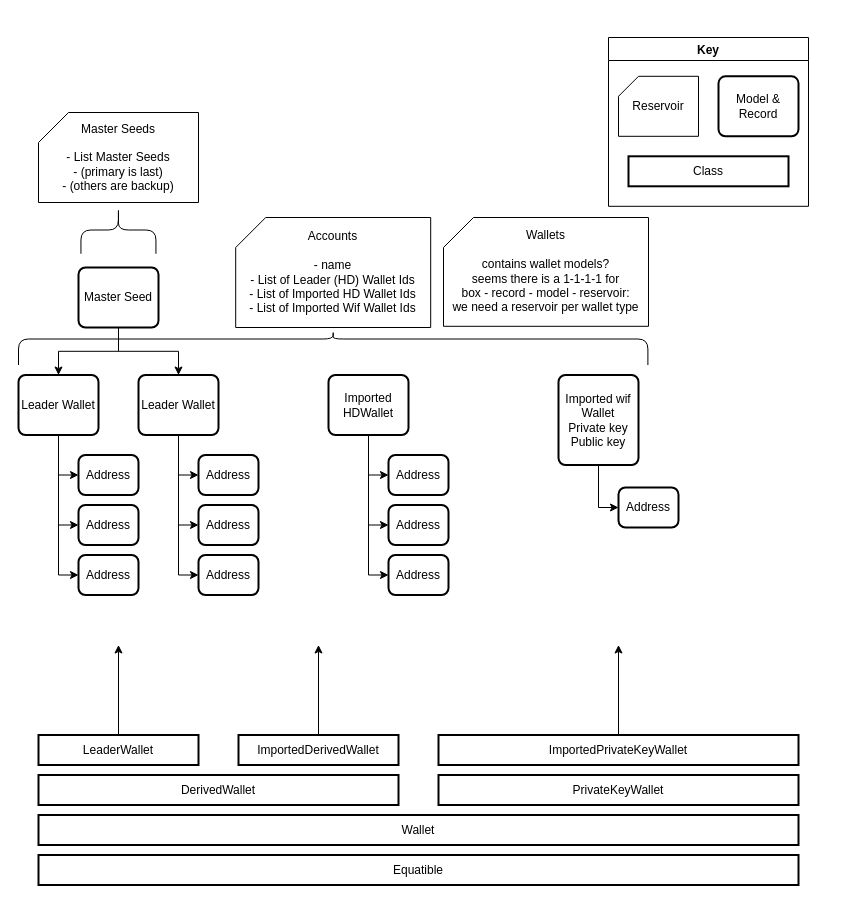
moontreeapp/moontree keeps this draw.io diagram as raven_back/docs/diagrams/wallet-relationships.drawio. Above is the earlier version. Source tidied: cells renumbered, new cells numbered last; positions are measured from the earlier drawing's top-left corner, leaving out a move shared by most shapes. Both pictures are drawn from the tidied source at 100%, with x=0, y=0 at pixel (18, 33).
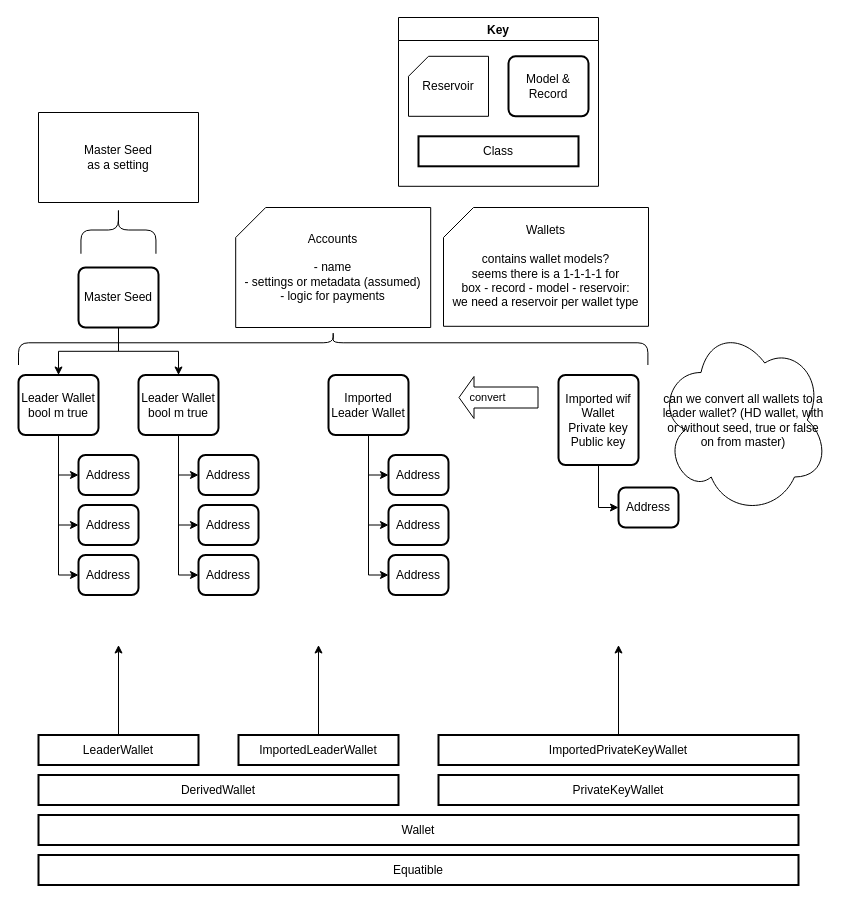
After the change.

Change to the diagram source:
```diff
@@
-    <mxCell id="2" style="shape=curlyBracket;whiteSpace=wrap;html=1;rounded=1;flipH=1;rotation=-90;size=0.23076923076923078;" parent="1" vertex="1">
+    <mxCell id="2" style="shape=curlyBracket;whiteSpace=wrap;html=1;rounded=1;flipH=1;rotation=-90;size=0.3428148148148129;" parent="1" vertex="1">
       <mxGeometry x="297.8" y="-0.1" width="33.8" height="629.4" as="geometry" />
     </mxCell>
@@
-    <mxCell id="9" value="Leader Wallet" style="rounded=1;whiteSpace=wrap;html=1;absoluteArcSize=1;arcSize=14;strokeWidth=2;" parent="1" vertex="1">
+    <mxCell id="9" value="Leader Wallet&lt;br&gt;bool m true" style="rounded=1;whiteSpace=wrap;html=1;absoluteArcSize=1;arcSize=14;strokeWidth=2;" parent="1" vertex="1">
       <mxGeometry x="120" y="341.5" width="80" height="60" as="geometry" />
     </mxCell>
@@
-    <mxCell id="13" value="Leader Wallet" style="rounded=1;whiteSpace=wrap;html=1;absoluteArcSize=1;arcSize=14;strokeWidth=2;" parent="1" vertex="1">
+    <mxCell id="13" value="Leader Wallet&lt;br&gt;bool m true" style="rounded=1;whiteSpace=wrap;html=1;absoluteArcSize=1;arcSize=14;strokeWidth=2;" parent="1" vertex="1">
       <mxGeometry y="341.5" width="80" height="60" as="geometry" />
     </mxCell>
@@
-    <mxCell id="25" value="Imported HDWallet" style="rounded=1;whiteSpace=wrap;html=1;absoluteArcSize=1;arcSize=14;strokeWidth=2;" parent="1" vertex="1">
+    <mxCell id="25" value="Imported Leader Wallet" style="rounded=1;whiteSpace=wrap;html=1;absoluteArcSize=1;arcSize=14;strokeWidth=2;" parent="1" vertex="1">
       <mxGeometry x="310" y="341.5" width="80" height="60" as="geometry" />
     </mxCell>
@@
-    <mxCell id="29" value="Accounts&lt;br&gt;&lt;br&gt;- name&lt;br&gt;- List of Leader (HD) Wallet Ids&lt;br&gt;- List of Imported HD Wallet Ids&lt;br&gt;- List of Imported Wif Wallet Ids" style="shape=card;whiteSpace=wrap;html=1;" parent="1" vertex="1">
-      <mxGeometry x="217.2" y="184" width="195" height="110" as="geometry" />
+    <mxCell id="29" value="Accounts&lt;br&gt;&lt;br&gt;- name&lt;br&gt;- settings or metadata (assumed)&lt;br&gt;- logic for payments" style="shape=card;whiteSpace=wrap;html=1;" parent="1" vertex="1">
+      <mxGeometry x="217.2" y="174" width="195" height="120" as="geometry" />
     </mxCell>
@@
-    <mxCell id="36" value="ImportedDerivedWallet" style="rounded=0;whiteSpace=wrap;html=1;absoluteArcSize=1;arcSize=14;strokeWidth=2;" parent="1" vertex="1">
+    <mxCell id="36" value="ImportedLeaderWallet" style="rounded=0;whiteSpace=wrap;html=1;absoluteArcSize=1;arcSize=14;strokeWidth=2;" parent="1" vertex="1">
       <mxGeometry x="220" y="701.5" width="160" height="30" as="geometry" />
     </mxCell>
@@
-    <mxCell id="40" value="Master Seeds&lt;br&gt;&lt;br&gt;- List Master Seeds&lt;br&gt;- (primary is last)&lt;br&gt;- (others are backup)" style="shape=card;whiteSpace=wrap;html=1;" parent="1" vertex="1">
+    <mxCell id="40" value="Master Seed&lt;br&gt;as a setting&lt;br&gt;" style="shape=card;whiteSpace=wrap;html=1;size=0;" parent="1" vertex="1">
       <mxGeometry x="20" y="79" width="160" height="90" as="geometry" />
     </mxCell>
@@
     <mxCell id="42" value="Key" style="swimlane;" parent="1" vertex="1">
-      <mxGeometry x="590" y="4" width="200" height="168.8" as="geometry" />
+      <mxGeometry x="380" y="-16" width="200" height="168.8" as="geometry" />
     </mxCell>
@@
     <mxCell id="47" value="Wallets&lt;br&gt;&lt;br&gt;contains wallet models?&lt;br&gt;seems there is a 1-1-1-1 for&lt;br&gt;box - record - model - reservoir:&lt;br&gt;we need a reservoir per wallet type" style="shape=card;whiteSpace=wrap;html=1;" parent="1" vertex="1">
-      <mxGeometry x="425" y="184" width="205" height="108.8" as="geometry" />
+      <mxGeometry x="425" y="174" width="205" height="118.8" as="geometry" />
     </mxCell>
+    <mxCell id="48" value="can we convert all wallets to a leader wallet? (HD wallet, with or without seed, true or false on from master)" style="ellipse;shape=cloud;whiteSpace=wrap;html=1;" parent="1" vertex="1">
+      <mxGeometry x="640" y="291.5" width="170" height="190" as="geometry" />
+    </mxCell>
+    <mxCell id="49" style="shape=flexArrow;endArrow=classic;html=1;width=21;endSize=4.67;" parent="1" edge="1">
+      <mxGeometry relative="1" as="geometry">
+        <mxPoint x="520" y="364" as="sourcePoint" />
+        <mxPoint x="440" y="364" as="targetPoint" />
+      </mxGeometry>
+    </mxCell>
+    <mxCell id="50" value="convert" style="edgeLabel;html=1;align=center;verticalAlign=middle;" parent="49" vertex="1">
+      <mxGeometry x="0.3" y="-1" relative="1" as="geometry" />
+    </mxCell>
```
